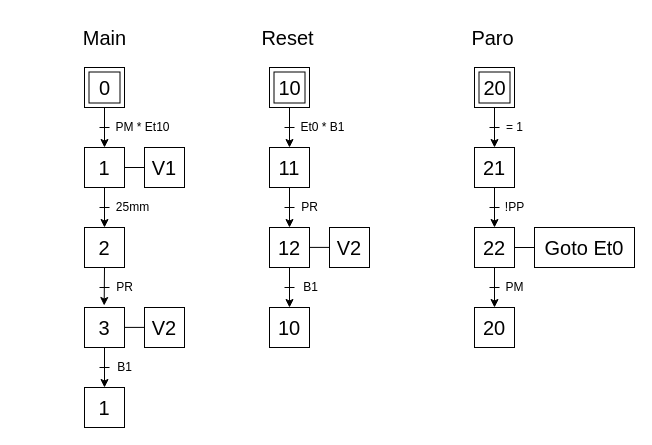
Earlier version of the draw.io diagram SPA/Proyectos/SPA_Q14-16/Q14-16.drawio (joelsnz/ARI). Source tidied: cells renumbered, new cells numbered last; positions are measured from the earlier drawing's top-left corner, leaving out a move shared by most shapes. Both pictures are drawn from the tidied source at 100%, with x=0, y=0 at pixel (72, 17).
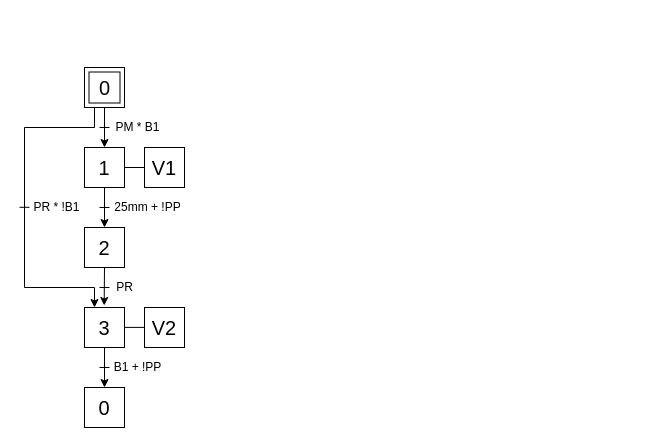
The same page after the edit.

The change refers to these unchanged cells:
```xml
<mxCell id="3" style="whiteSpace=wrap;html=1;" parent="1" vertex="1">
  <mxGeometry x="12" y="50" width="40" height="40" as="geometry" />
</mxCell>
<mxCell id="9" value="&lt;font style=&quot;font-size: 20px;&quot;&gt;3&lt;/font&gt;" style="whiteSpace=wrap;html=1;" parent="1" vertex="1">
  <mxGeometry x="12" y="290" width="40" height="40" as="geometry" />
</mxCell>
```

Diff of the diagram source:
```diff
@@
+    <mxCell id="59" style="edgeStyle=orthogonalEdgeStyle;rounded=0;jettySize=auto;html=1;exitX=0.25;exitY=1;exitDx=0;exitDy=0;entryX=0.25;entryY=0;entryDx=0;entryDy=0;" parent="1" edge="1" source="3" target="9">
+      <mxGeometry relative="1" as="geometry">
+        <Array as="points">
+          <mxPoint x="22" y="110" />
+          <mxPoint x="-48" y="110" />
+          <mxPoint x="-48" y="270" />
+          <mxPoint x="22" y="270" />
+        </Array>
+      </mxGeometry>
+    </mxCell>
@@
-    <mxCell id="15" value="1" style="whiteSpace=wrap;html=1;fontSize=20;" parent="1" vertex="1">
+    <mxCell id="15" value="0" style="whiteSpace=wrap;html=1;fontSize=20;" parent="1" vertex="1">
       <mxGeometry x="12" y="370" width="40" height="40" as="geometry" />
     </mxCell>
@@
-    <mxCell id="20" style="edgeStyle=orthogonalEdgeStyle;rounded=0;jettySize=auto;html=1;exitX=0.5;exitY=1;exitDx=0;exitDy=0;entryX=0.5;entryY=0;entryDx=0;entryDy=0;" parent="1" edge="1" source="21" target="24">
-      <mxGeometry relative="1" as="geometry" />
-    </mxCell>
-    <mxCell id="21" style="whiteSpace=wrap;html=1;" parent="1" vertex="1">
-      <mxGeometry x="402" y="50" width="40" height="40" as="geometry" />
-    </mxCell>
-    <mxCell id="22" value="20" style="whiteSpace=wrap;html=1;fontSize=20;" parent="1" vertex="1">
-      <mxGeometry x="406.5" y="54.5" width="31" height="31" as="geometry" />
-    </mxCell>
-    <mxCell id="23" style="edgeStyle=orthogonalEdgeStyle;rounded=0;jettySize=auto;html=1;exitX=0.5;exitY=1;exitDx=0;exitDy=0;entryX=0.5;entryY=0;entryDx=0;entryDy=0;" parent="1" edge="1" source="24" target="26">
-      <mxGeometry relative="1" as="geometry" />
-    </mxCell>
-    <mxCell id="24" value="21" style="whiteSpace=wrap;html=1;fontSize=20;" parent="1" vertex="1">
-      <mxGeometry x="402" y="130" width="40" height="40" as="geometry" />
-    </mxCell>
-    <mxCell id="25" style="edgeStyle=orthogonalEdgeStyle;rounded=0;jettySize=auto;html=1;exitX=0.5;exitY=1;exitDx=0;exitDy=0;entryX=0.5;entryY=0;entryDx=0;entryDy=0;" parent="1" edge="1" source="26" target="31">
-      <mxGeometry relative="1" as="geometry" />
-    </mxCell>
-    <mxCell id="26" value="22" style="whiteSpace=wrap;html=1;fontSize=20;horizontal=1;" parent="1" vertex="1">
-      <mxGeometry x="402" y="210" width="40" height="40" as="geometry" />
-    </mxCell>
-    <mxCell id="27" style="endArrow=none;html=1;rounded=0;" parent="1" edge="1">
-      <mxGeometry relative="1" as="geometry">
-        <mxPoint x="417" y="110" as="sourcePoint" />
-        <mxPoint x="427" y="110" as="targetPoint" />
-      </mxGeometry>
-    </mxCell>
-    <mxCell id="28" style="endArrow=none;html=1;rounded=0;" parent="1" edge="1">
-      <mxGeometry relative="1" as="geometry">
-        <mxPoint x="417" y="190" as="sourcePoint" />
-        <mxPoint x="427" y="190" as="targetPoint" />
-      </mxGeometry>
-    </mxCell>
-    <mxCell id="29" value="= 1" style="text;html=1;align=center;verticalAlign=middle;strokeColor=none;fillColor=none;" parent="1" vertex="1">
-      <mxGeometry x="422" y="95" width="40" height="30" as="geometry" />
-    </mxCell>
-    <mxCell id="30" value="!PP" style="text;html=1;align=center;verticalAlign=middle;strokeColor=none;fillColor=none;" parent="1" vertex="1">
-      <mxGeometry x="422" y="175" width="40" height="30" as="geometry" />
-    </mxCell>
-    <mxCell id="31" value="20" style="whiteSpace=wrap;html=1;fontSize=20;horizontal=1;" parent="1" vertex="1">
-      <mxGeometry x="402" y="290" width="40" height="40" as="geometry" />
-    </mxCell>
-    <mxCell id="32" style="endArrow=none;html=1;rounded=0;" parent="1" edge="1">
-      <mxGeometry relative="1" as="geometry">
-        <mxPoint x="417" y="270" as="sourcePoint" />
-        <mxPoint x="427" y="270" as="targetPoint" />
-      </mxGeometry>
-    </mxCell>
-    <mxCell id="33" value="PM" style="text;html=1;align=center;verticalAlign=middle;strokeColor=none;fillColor=none;" parent="1" vertex="1">
-      <mxGeometry x="422" y="255" width="40" height="30" as="geometry" />
-    </mxCell>
-    <mxCell id="34" value="PM * Et10" style="text;html=1;align=center;verticalAlign=middle;strokeColor=none;fillColor=none;" parent="1" vertex="1">
-      <mxGeometry x="32" y="95" width="75" height="30" as="geometry" />
+    <mxCell id="34" value="PM * B1" style="text;html=1;align=center;verticalAlign=middle;strokeColor=none;fillColor=none;" parent="1" vertex="1">
+      <mxGeometry x="32" y="95" width="65" height="30" as="geometry" />
     </mxCell>
-    <mxCell id="35" value="25mm" style="text;html=1;align=center;verticalAlign=middle;strokeColor=none;fillColor=none;" parent="1" vertex="1">
-      <mxGeometry x="32" y="175" width="55" height="30" as="geometry" />
+    <mxCell id="35" value="25mm + !PP" style="text;html=1;align=center;verticalAlign=middle;strokeColor=none;fillColor=none;" parent="1" vertex="1">
+      <mxGeometry x="32" y="175" width="85" height="30" as="geometry" />
     </mxCell>
@@
-    <mxCell id="37" value="B1" style="text;html=1;align=center;verticalAlign=middle;strokeColor=none;fillColor=none;" parent="1" vertex="1">
-      <mxGeometry x="34.5" y="335" width="35" height="30" as="geometry" />
+    <mxCell id="37" value="B1 + !PP" style="text;html=1;align=center;verticalAlign=middle;strokeColor=none;fillColor=none;" parent="1" vertex="1">
+      <mxGeometry x="30" y="335" width="70" height="30" as="geometry" />
     </mxCell>
-    <mxCell id="38" value="&lt;font style=&quot;font-size: 20px;&quot;&gt;Main&lt;/font&gt;" style="text;html=1;align=center;verticalAlign=middle;strokeColor=none;fillColor=none;" parent="1" vertex="1">
-      <mxGeometry x="-0.5" width="65" height="40" as="geometry" />
-    </mxCell>
-    <mxCell id="39" value="&lt;font style=&quot;font-size: 20px;&quot;&gt;Reset&lt;br&gt;&lt;/font&gt;" style="text;html=1;align=center;verticalAlign=middle;strokeColor=none;fillColor=none;" parent="1" vertex="1">
-      <mxGeometry x="177" width="75" height="40" as="geometry" />
-    </mxCell>
-    <mxCell id="40" value="&lt;font style=&quot;font-size: 20px;&quot;&gt;Paro&lt;br&gt;&lt;/font&gt;" style="text;html=1;align=center;verticalAlign=middle;strokeColor=none;fillColor=none;" parent="1" vertex="1">
-      <mxGeometry x="387" width="65" height="40" as="geometry" />
-    </mxCell>
-    <mxCell id="41" value="&lt;font style=&quot;font-size: 20px;&quot;&gt;Goto Et0&lt;/font&gt;" style="rounded=0;whiteSpace=wrap;html=1;" parent="1" vertex="1">
-      <mxGeometry x="462" y="210" width="100" height="40" as="geometry" />
-    </mxCell>
-    <mxCell id="42" style="endArrow=none;html=1;rounded=0;exitX=1;exitY=0.5;exitDx=0;exitDy=0;entryX=0;entryY=0.5;entryDx=0;entryDy=0;" parent="1" edge="1" target="41">
-      <mxGeometry relative="1" as="geometry">
-        <mxPoint x="442" y="230" as="sourcePoint" />
-      </mxGeometry>
-    </mxCell>
-    <mxCell id="43" style="edgeStyle=orthogonalEdgeStyle;rounded=0;jettySize=auto;html=1;exitX=0.5;exitY=1;exitDx=0;exitDy=0;entryX=0.5;entryY=0;entryDx=0;entryDy=0;" parent="1" edge="1" source="44" target="47">
-      <mxGeometry relative="1" as="geometry" />
-    </mxCell>
-    <mxCell id="44" style="whiteSpace=wrap;html=1;" parent="1" vertex="1">
-      <mxGeometry x="197" y="50" width="40" height="40" as="geometry" />
-    </mxCell>
-    <mxCell id="45" value="10" style="whiteSpace=wrap;html=1;fontSize=20;" parent="1" vertex="1">
-      <mxGeometry x="201.5" y="54.5" width="31" height="31" as="geometry" />
-    </mxCell>
-    <mxCell id="46" style="edgeStyle=orthogonalEdgeStyle;rounded=0;jettySize=auto;html=1;exitX=0.5;exitY=1;exitDx=0;exitDy=0;entryX=0.5;entryY=0;entryDx=0;entryDy=0;" parent="1" edge="1" source="47" target="49">
-      <mxGeometry relative="1" as="geometry" />
-    </mxCell>
-    <mxCell id="47" value="11" style="whiteSpace=wrap;html=1;fontSize=20;" parent="1" vertex="1">
-      <mxGeometry x="197" y="130" width="40" height="40" as="geometry" />
-    </mxCell>
-    <mxCell id="48" style="edgeStyle=orthogonalEdgeStyle;rounded=0;jettySize=auto;html=1;exitX=0.5;exitY=1;exitDx=0;exitDy=0;entryX=0.5;entryY=0;entryDx=0;entryDy=0;" parent="1" edge="1" source="49" target="54">
-      <mxGeometry relative="1" as="geometry" />
-    </mxCell>
-    <mxCell id="49" value="12" style="whiteSpace=wrap;html=1;fontSize=20;horizontal=1;" parent="1" vertex="1">
-      <mxGeometry x="197" y="210" width="40" height="40" as="geometry" />
-    </mxCell>
-    <mxCell id="50" style="endArrow=none;html=1;rounded=0;" parent="1" edge="1">
-      <mxGeometry relative="1" as="geometry">
-        <mxPoint x="212" y="110" as="sourcePoint" />
-        <mxPoint x="222" y="110" as="targetPoint" />
-      </mxGeometry>
-    </mxCell>
-    <mxCell id="51" style="endArrow=none;html=1;rounded=0;" parent="1" edge="1">
-      <mxGeometry relative="1" as="geometry">
-        <mxPoint x="212" y="190" as="sourcePoint" />
-        <mxPoint x="222" y="190" as="targetPoint" />
-      </mxGeometry>
-    </mxCell>
-    <mxCell id="52" value="Et0 * B1" style="text;html=1;align=center;verticalAlign=middle;strokeColor=none;fillColor=none;" parent="1" vertex="1">
-      <mxGeometry x="217" y="95" width="65" height="30" as="geometry" />
-    </mxCell>
-    <mxCell id="53" value="PR" style="text;html=1;align=center;verticalAlign=middle;strokeColor=none;fillColor=none;" parent="1" vertex="1">
-      <mxGeometry x="217" y="175" width="40" height="30" as="geometry" />
-    </mxCell>
-    <mxCell id="54" value="10" style="whiteSpace=wrap;html=1;fontSize=20;horizontal=1;" parent="1" vertex="1">
-      <mxGeometry x="197" y="290" width="40" height="40" as="geometry" />
-    </mxCell>
-    <mxCell id="55" style="endArrow=none;html=1;rounded=0;" parent="1" edge="1">
-      <mxGeometry relative="1" as="geometry">
-        <mxPoint x="212" y="270" as="sourcePoint" />
-        <mxPoint x="222" y="270" as="targetPoint" />
-      </mxGeometry>
-    </mxCell>
-    <mxCell id="56" value="&lt;font style=&quot;font-size: 20px;&quot;&gt;V2&lt;br&gt;&lt;/font&gt;" style="rounded=0;whiteSpace=wrap;html=1;" parent="1" vertex="1">
-      <mxGeometry x="257" y="210" width="40" height="40" as="geometry" />
-    </mxCell>
-    <mxCell id="57" style="endArrow=none;html=1;rounded=0;exitX=1;exitY=0.5;exitDx=0;exitDy=0;entryX=0;entryY=0.5;entryDx=0;entryDy=0;" parent="1" edge="1">
-      <mxGeometry relative="1" as="geometry">
-        <mxPoint x="237" y="229.9" as="sourcePoint" />
-        <mxPoint x="257" y="229.9" as="targetPoint" />
-      </mxGeometry>
-    </mxCell>
-    <mxCell id="58" value="B1" style="text;html=1;align=center;verticalAlign=middle;strokeColor=none;fillColor=none;" parent="1" vertex="1">
-      <mxGeometry x="220" y="255" width="35" height="30" as="geometry" />
-    </mxCell>
+    <mxCell id="60" style="endArrow=none;html=1;rounded=0;" parent="1" edge="1">
+      <mxGeometry relative="1" as="geometry">
+        <mxPoint x="-43" y="189.8" as="sourcePoint" />
+        <mxPoint x="-53" y="189.8" as="targetPoint" />
+      </mxGeometry>
+    </mxCell>
+    <mxCell id="61" value="PR * !B1" style="text;html=1;align=center;verticalAlign=middle;strokeColor=none;fillColor=none;" parent="1" vertex="1">
+      <mxGeometry x="-48.5" y="175" width="65" height="30" as="geometry" />
+    </mxCell>
```
